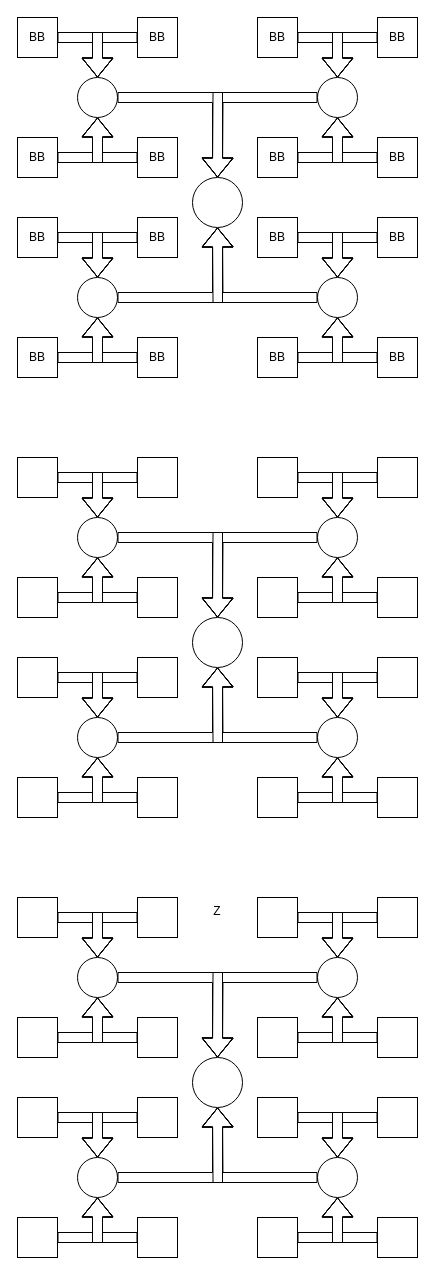
Before: report_docs/images/Updated_FusionUnit.drawio in guptarohit994/bitfusionQuant6b, a draw.io diagram. Source tidied: cells renumbered, new cells numbered last; positions are measured from the earlier drawing's top-left corner, leaving out a move shared by most shapes. Both pictures are drawn from the tidied source at 100%, with x=0, y=0 at pixel (17, 17).
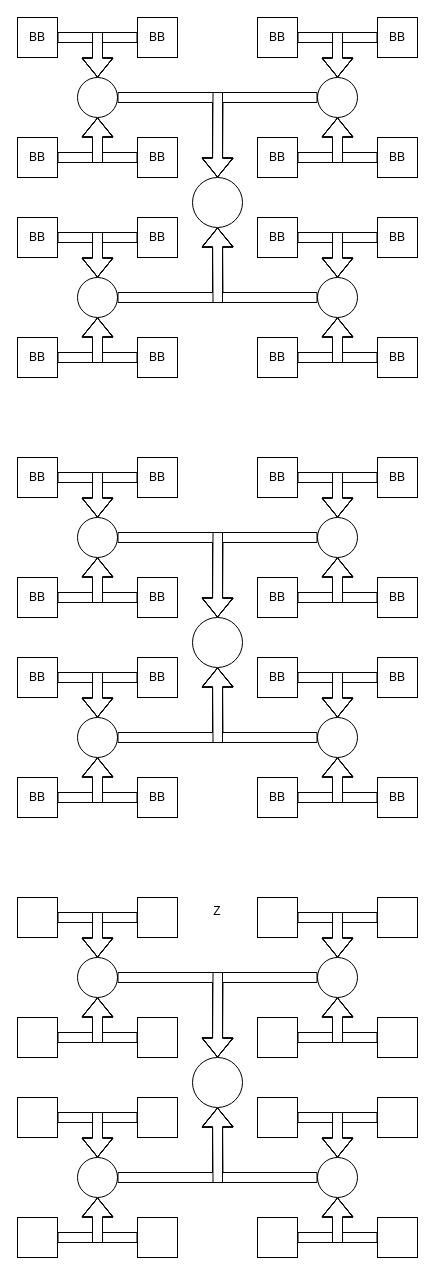
After the change.

Unchanged cells that the change refers to:
```xml
<mxCell id="62" style="group;" parent="61" vertex="1">
  <mxGeometry width="160" height="160" as="geometry" />
</mxCell>
<mxCell id="75" style="group;" parent="74" vertex="1">
  <mxGeometry width="160" height="160" as="geometry" />
</mxCell>
<mxCell id="88" style="group;" parent="87" vertex="1">
  <mxGeometry width="160" height="160" as="geometry" />
</mxCell>
<mxCell id="106" style="group;" parent="105" vertex="1">
  <mxGeometry width="160" height="160" as="geometry" />
</mxCell>
```

Diff of the diagram source:
```diff
@@
-    <mxCell id="63" style="rounded=0;whiteSpace=wrap;html=1;" parent="62" vertex="1">
+    <mxCell id="63" value="BB" style="rounded=0;whiteSpace=wrap;html=1;" parent="62" vertex="1">
       <mxGeometry width="40" height="40" as="geometry" />
     </mxCell>
-    <mxCell id="64" style="rounded=0;whiteSpace=wrap;html=1;" parent="62" vertex="1">
+    <mxCell id="64" value="BB" style="rounded=0;whiteSpace=wrap;html=1;" parent="62" vertex="1">
       <mxGeometry x="120" width="40" height="40" as="geometry" />
     </mxCell>
-    <mxCell id="65" style="rounded=0;whiteSpace=wrap;html=1;" parent="62" vertex="1">
+    <mxCell id="65" value="BB" style="rounded=0;whiteSpace=wrap;html=1;" parent="62" vertex="1">
       <mxGeometry x="120" y="120" width="40" height="40" as="geometry" />
     </mxCell>
-    <mxCell id="66" style="rounded=0;whiteSpace=wrap;html=1;" parent="62" vertex="1">
+    <mxCell id="66" value="BB" style="rounded=0;whiteSpace=wrap;html=1;" parent="62" vertex="1">
       <mxGeometry y="120" width="40" height="40" as="geometry" />
     </mxCell>
@@
-    <mxCell id="76" style="rounded=0;whiteSpace=wrap;html=1;" parent="75" vertex="1">
+    <mxCell id="76" value="BB" style="rounded=0;whiteSpace=wrap;html=1;" parent="75" vertex="1">
       <mxGeometry width="40" height="40" as="geometry" />
     </mxCell>
-    <mxCell id="77" style="rounded=0;whiteSpace=wrap;html=1;" parent="75" vertex="1">
+    <mxCell id="77" value="BB" style="rounded=0;whiteSpace=wrap;html=1;" parent="75" vertex="1">
       <mxGeometry x="120" width="40" height="40" as="geometry" />
     </mxCell>
-    <mxCell id="78" style="rounded=0;whiteSpace=wrap;html=1;" parent="75" vertex="1">
+    <mxCell id="78" value="BB" style="rounded=0;whiteSpace=wrap;html=1;" parent="75" vertex="1">
       <mxGeometry x="120" y="120" width="40" height="40" as="geometry" />
     </mxCell>
-    <mxCell id="79" style="rounded=0;whiteSpace=wrap;html=1;" parent="75" vertex="1">
+    <mxCell id="79" value="BB" style="rounded=0;whiteSpace=wrap;html=1;" parent="75" vertex="1">
       <mxGeometry y="120" width="40" height="40" as="geometry" />
     </mxCell>
@@
-    <mxCell id="89" style="rounded=0;whiteSpace=wrap;html=1;" parent="88" vertex="1">
+    <mxCell id="89" value="BB" style="rounded=0;whiteSpace=wrap;html=1;" parent="88" vertex="1">
       <mxGeometry width="40" height="40" as="geometry" />
     </mxCell>
-    <mxCell id="90" style="rounded=0;whiteSpace=wrap;html=1;" parent="88" vertex="1">
+    <mxCell id="90" value="BB" style="rounded=0;whiteSpace=wrap;html=1;" parent="88" vertex="1">
       <mxGeometry x="120" width="40" height="40" as="geometry" />
     </mxCell>
-    <mxCell id="91" style="rounded=0;whiteSpace=wrap;html=1;" parent="88" vertex="1">
+    <mxCell id="91" value="BB" style="rounded=0;whiteSpace=wrap;html=1;" parent="88" vertex="1">
       <mxGeometry x="120" y="120" width="40" height="40" as="geometry" />
     </mxCell>
-    <mxCell id="92" style="rounded=0;whiteSpace=wrap;html=1;" parent="88" vertex="1">
+    <mxCell id="92" value="BB" style="rounded=0;whiteSpace=wrap;html=1;" parent="88" vertex="1">
       <mxGeometry y="120" width="40" height="40" as="geometry" />
     </mxCell>
@@
-    <mxCell id="107" style="rounded=0;whiteSpace=wrap;html=1;" parent="106" vertex="1">
+    <mxCell id="107" value="BB" style="rounded=0;whiteSpace=wrap;html=1;" parent="106" vertex="1">
       <mxGeometry width="40" height="40" as="geometry" />
     </mxCell>
-    <mxCell id="108" style="rounded=0;whiteSpace=wrap;html=1;" parent="106" vertex="1">
+    <mxCell id="108" value="BB" style="rounded=0;whiteSpace=wrap;html=1;" parent="106" vertex="1">
       <mxGeometry x="120" width="40" height="40" as="geometry" />
     </mxCell>
-    <mxCell id="109" style="rounded=0;whiteSpace=wrap;html=1;" parent="106" vertex="1">
+    <mxCell id="109" value="BB" style="rounded=0;whiteSpace=wrap;html=1;" parent="106" vertex="1">
       <mxGeometry x="120" y="120" width="40" height="40" as="geometry" />
     </mxCell>
-    <mxCell id="110" style="rounded=0;whiteSpace=wrap;html=1;" parent="106" vertex="1">
+    <mxCell id="110" value="BB" style="rounded=0;whiteSpace=wrap;html=1;" parent="106" vertex="1">
       <mxGeometry y="120" width="40" height="40" as="geometry" />
     </mxCell>
```
